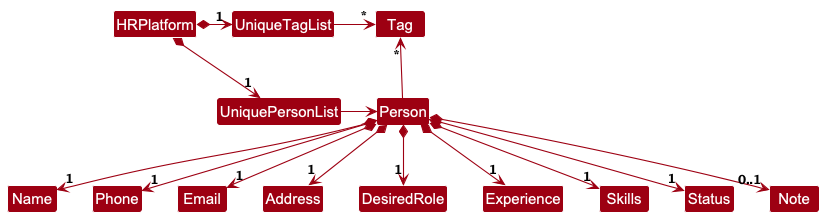
Earlier version of the PlantUML export docs/images/BetterModelClassDiagram.png (nus-cs2103-AY2425S1/tp).
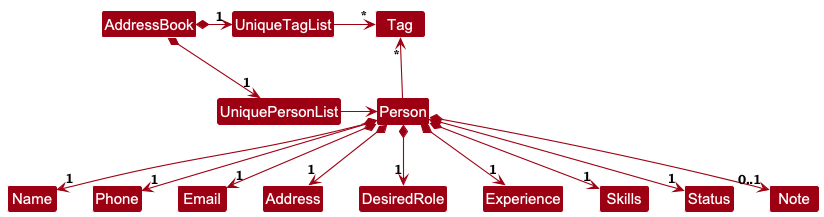
The same diagram one commit later.

Diff of the diagram source:
```diff
@@ -4,8 +4,8 @@
 skinparam arrowColor MODEL_COLOR
 skinparam classBackgroundColor MODEL_COLOR
 
-HRPlatform *-right-> "1" UniquePersonList
-HRPlatform *-right-> "1" UniqueTagList
+AddressBook *-right-> "1" UniquePersonList
+AddressBook *-right-> "1" UniqueTagList
 UniqueTagList -[hidden]down- UniquePersonList
 UniqueTagList -[hidden]down- UniquePersonList
 
```
